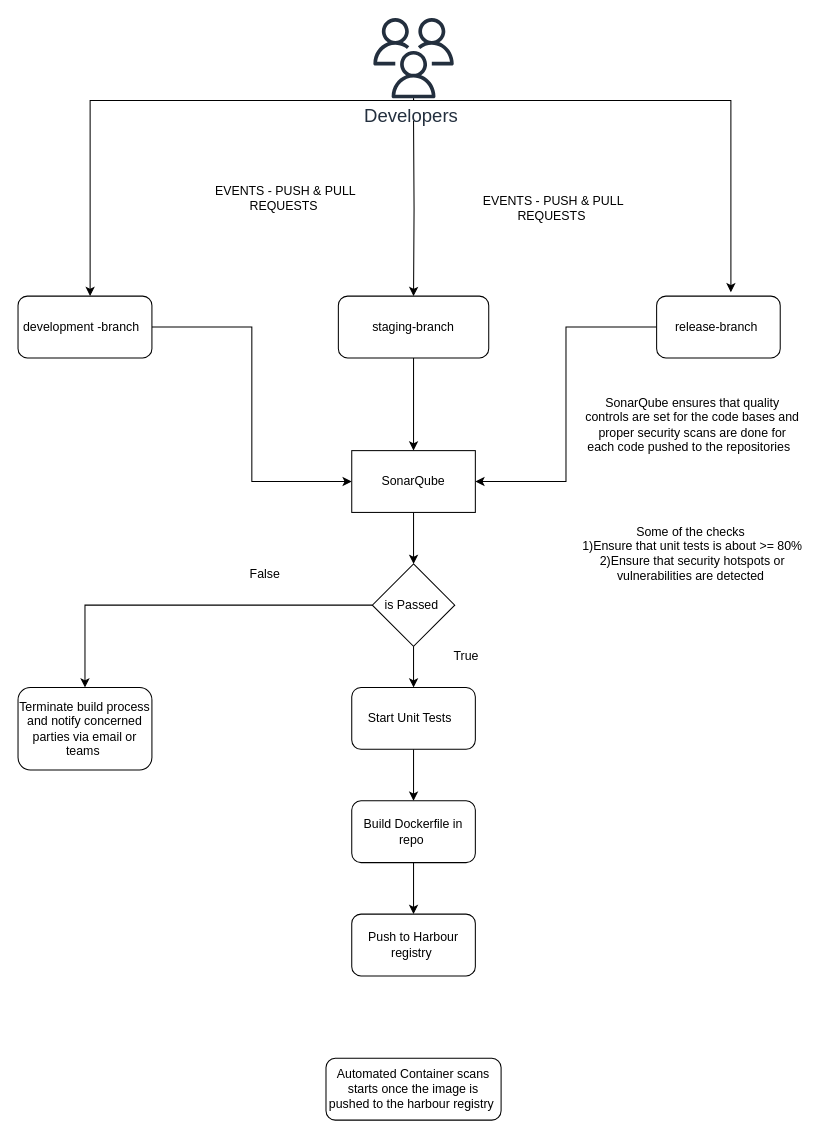
Earlier version of the draw.io diagram icurity.drawio (tyger-rareatom/consulting-architectures). Source tidied: cells renumbered, new cells numbered last; positions are measured from the earlier drawing's top-left corner, leaving out a move shared by most shapes. Both pictures are drawn from the tidied source at 103%, with x=0, y=0 at pixel (18, 18).
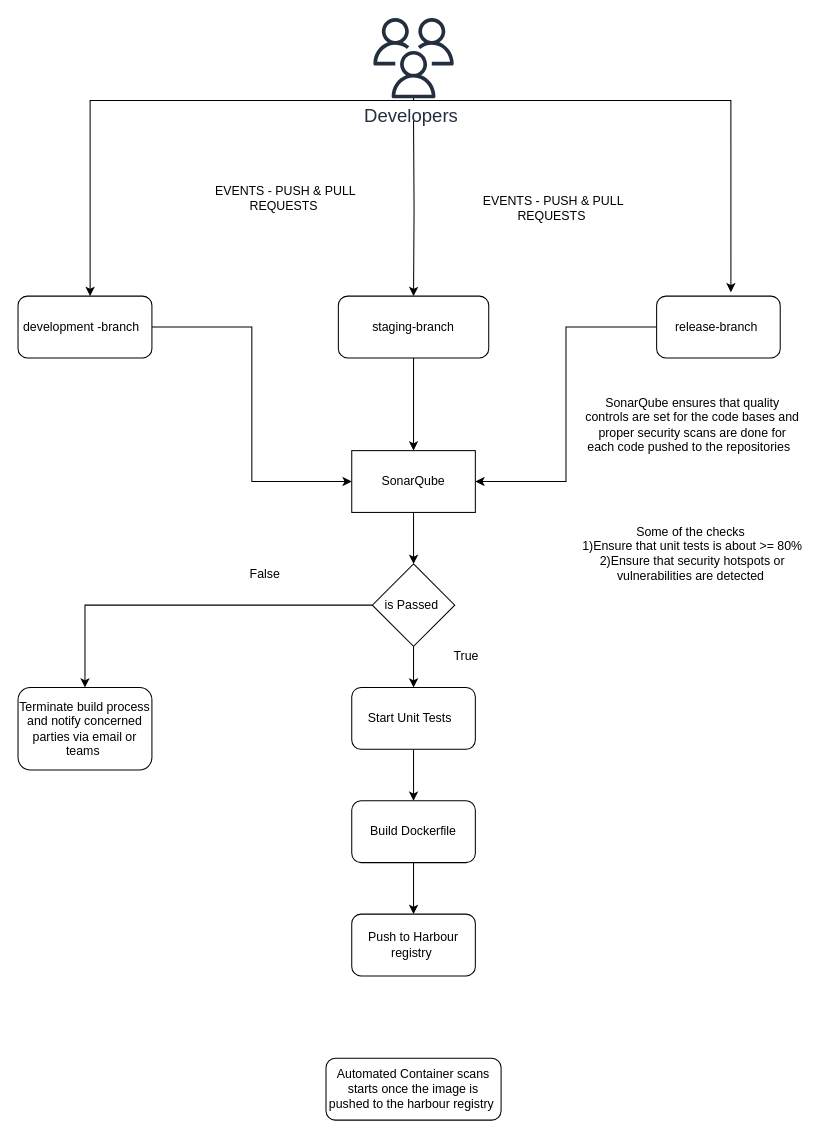
The same diagram, later.

Commit message:
Enhancing for Neuvector

Change to the diagram source:
```diff
@@
-    <mxCell id="27" value="Build Dockerfile in repo&amp;nbsp;" style="rounded=1;whiteSpace=wrap;html=1;" parent="1" vertex="1">
+    <mxCell id="27" value="Build Dockerfile" style="rounded=1;whiteSpace=wrap;html=1;" parent="1" vertex="1">
       <mxGeometry x="324" y="760" width="120" height="60" as="geometry" />
     </mxCell>
```
